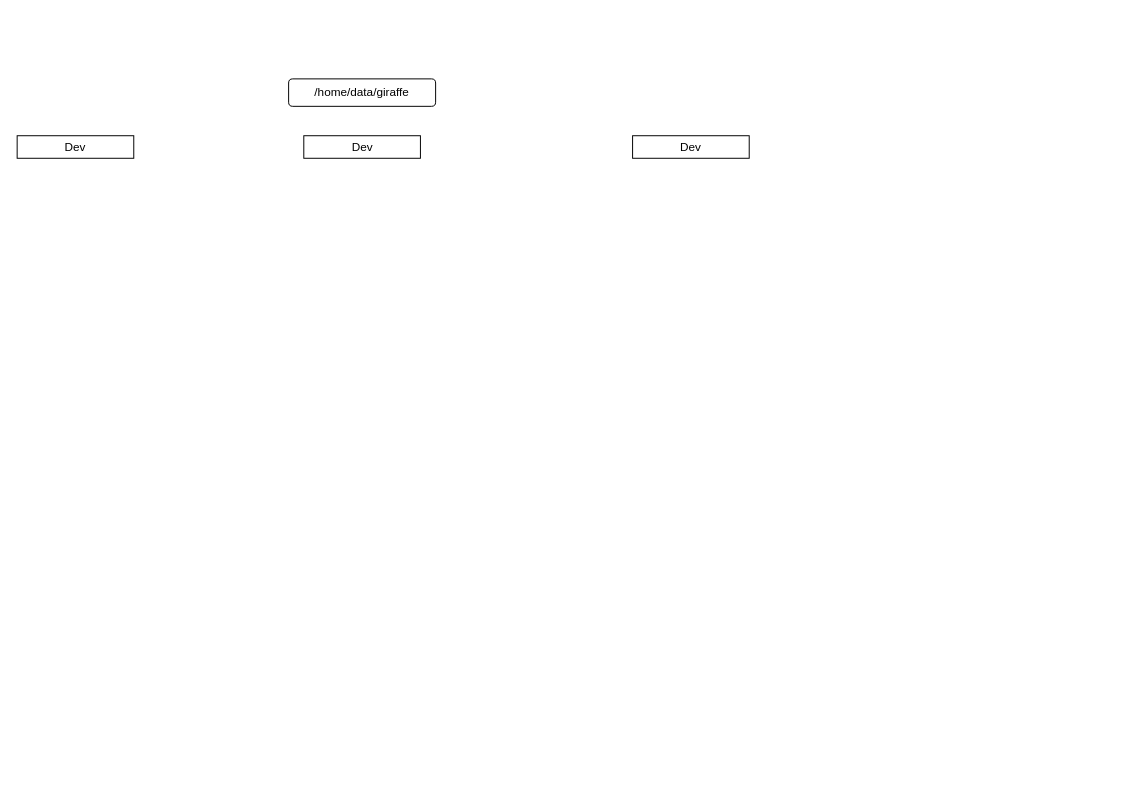
Above: cgArch.drawio in xiaodongYao/DrawIO (draw.io), before the change. Source tidied: cells renumbered, new cells numbered last; positions are measured from the earlier drawing's top-left corner, leaving out a move shared by most shapes. Both pictures are drawn from the tidied source at 98%, with x=0, y=0 at pixel (17, 78).
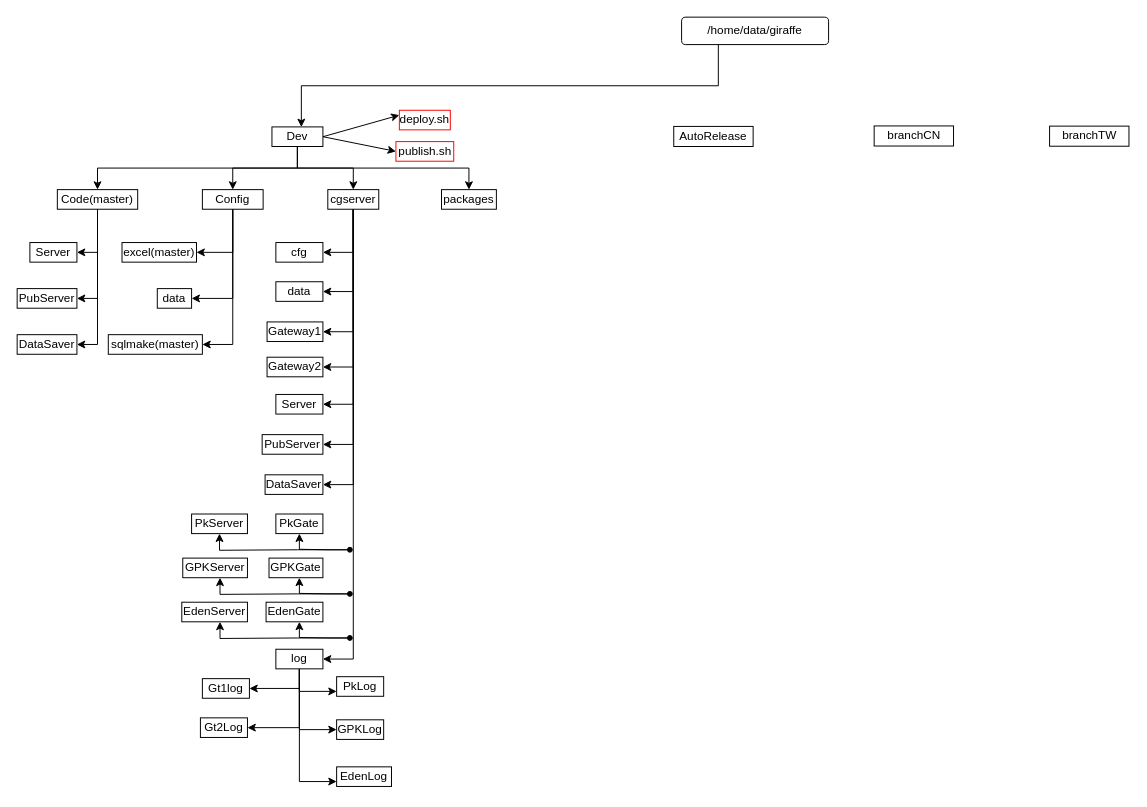
Above is the later version.

Diff of the diagram source:
```diff
@@
     <mxCell id="2" value="/home/data/giraffe" style="rounded=1;whiteSpace=wrap;html=1;" parent="1" vertex="1">
-      <mxGeometry x="277" width="150" height="28" as="geometry" />
+      <mxGeometry x="678" y="-63" width="150" height="28" as="geometry" />
     </mxCell>
-    <mxCell id="3" value="Dev" style="rounded=0;whiteSpace=wrap;html=1;" parent="1" vertex="1">
-      <mxGeometry x="292.5" y="58" width="119" height="23" as="geometry" />
-    </mxCell>
-    <mxCell id="4" value="Dev" style="rounded=0;whiteSpace=wrap;html=1;" parent="1" vertex="1">
-      <mxGeometry y="58" width="119" height="23" as="geometry" />
-    </mxCell>
+    <mxCell id="6" style="edgeStyle=orthogonalEdgeStyle;rounded=0;jettySize=auto;html=1;exitX=0.5;exitY=1;exitDx=0;exitDy=0;entryX=0.5;entryY=0;entryDx=0;entryDy=0;" parent="1" edge="1" source="5" target="16">
+      <mxGeometry relative="1" as="geometry" />
+    </mxCell>
+    <mxCell id="7" style="edgeStyle=orthogonalEdgeStyle;rounded=0;jettySize=auto;html=1;exitX=0.5;exitY=1;exitDx=0;exitDy=0;entryX=0.5;entryY=0;entryDx=0;entryDy=0;" parent="1" edge="1" source="5" target="33">
+      <mxGeometry relative="1" as="geometry" />
+    </mxCell>
+    <mxCell id="8" style="edgeStyle=orthogonalEdgeStyle;rounded=0;jettySize=auto;html=1;exitX=0.5;exitY=1;exitDx=0;exitDy=0;entryX=0.5;entryY=0;entryDx=0;entryDy=0;" parent="1" edge="1" source="5" target="25">
+      <mxGeometry relative="1" as="geometry" />
+    </mxCell>
+    <mxCell id="9" style="edgeStyle=orthogonalEdgeStyle;rounded=0;jettySize=auto;html=1;exitX=0.5;exitY=1;exitDx=0;exitDy=0;entryX=0.5;entryY=0;entryDx=0;entryDy=0;" parent="1" edge="1" source="5" target="49">
+      <mxGeometry relative="1" as="geometry" />
+    </mxCell>
+    <mxCell id="10" style="rounded=0;jettySize=auto;html=1;exitX=1;exitY=0.5;exitDx=0;exitDy=0;entryX=0;entryY=0.25;entryDx=0;entryDy=0;" parent="1" edge="1" source="5" target="29">
+      <mxGeometry relative="1" as="geometry" />
+    </mxCell>
+    <mxCell id="11" style="rounded=0;jettySize=auto;html=1;exitX=1;exitY=0.5;exitDx=0;exitDy=0;entryX=0;entryY=0.5;entryDx=0;entryDy=0;" parent="1" edge="1" source="5" target="50">
+      <mxGeometry relative="1" as="geometry" />
+    </mxCell>
     <mxCell id="5" value="Dev" style="rounded=0;whiteSpace=wrap;html=1;" parent="1" vertex="1">
-      <mxGeometry x="628" y="58" width="119" height="23" as="geometry" />
+      <mxGeometry x="260" y="49" width="52" height="20" as="geometry" />
     </mxCell>
+    <mxCell id="12" style="edgeStyle=orthogonalEdgeStyle;rounded=0;jettySize=auto;html=1;exitX=0.25;exitY=1;exitDx=0;exitDy=0;entryX=0.577;entryY=0.007;entryDx=0;entryDy=0;entryPerimeter=0;" parent="1" edge="1" source="2" target="5">
+      <mxGeometry relative="1" as="geometry" />
+    </mxCell>
+    <mxCell id="13" style="edgeStyle=orthogonalEdgeStyle;rounded=0;jettySize=auto;html=1;exitX=0.5;exitY=1;exitDx=0;exitDy=0;entryX=1;entryY=0.5;entryDx=0;entryDy=0;" parent="1" edge="1" source="16" target="37">
+      <mxGeometry relative="1" as="geometry" />
+    </mxCell>
+    <mxCell id="14" style="edgeStyle=orthogonalEdgeStyle;rounded=0;jettySize=auto;html=1;exitX=0.5;exitY=1;exitDx=0;exitDy=0;entryX=1;entryY=0.5;entryDx=0;entryDy=0;" parent="1" edge="1" source="16" target="38">
+      <mxGeometry relative="1" as="geometry" />
+    </mxCell>
+    <mxCell id="15" style="edgeStyle=orthogonalEdgeStyle;rounded=0;jettySize=auto;html=1;exitX=0.5;exitY=1;exitDx=0;exitDy=0;entryX=1;entryY=0.5;entryDx=0;entryDy=0;" parent="1" edge="1" source="16" target="39">
+      <mxGeometry relative="1" as="geometry" />
+    </mxCell>
+    <mxCell id="16" value="Code(master)" style="rounded=0;whiteSpace=wrap;html=1;" parent="1" vertex="1">
+      <mxGeometry x="41" y="113" width="82" height="20" as="geometry" />
+    </mxCell>
+    <mxCell id="17" style="edgeStyle=orthogonalEdgeStyle;rounded=0;jettySize=auto;html=1;exitX=0.5;exitY=1;exitDx=0;exitDy=0;entryX=1;entryY=0.5;entryDx=0;entryDy=0;" parent="1" edge="1" source="25" target="40">
+      <mxGeometry relative="1" as="geometry" />
+    </mxCell>
+    <mxCell id="18" style="edgeStyle=orthogonalEdgeStyle;rounded=0;jettySize=auto;html=1;exitX=0.5;exitY=1;exitDx=0;exitDy=0;entryX=1;entryY=0.5;entryDx=0;entryDy=0;" parent="1" edge="1" source="25" target="41">
+      <mxGeometry relative="1" as="geometry" />
+    </mxCell>
+    <mxCell id="19" style="edgeStyle=orthogonalEdgeStyle;rounded=0;jettySize=auto;html=1;exitX=0.5;exitY=1;exitDx=0;exitDy=0;entryX=1;entryY=0.5;entryDx=0;entryDy=0;" parent="1" edge="1" source="25" target="42">
+      <mxGeometry relative="1" as="geometry" />
+    </mxCell>
+    <mxCell id="20" style="edgeStyle=orthogonalEdgeStyle;rounded=0;jettySize=auto;html=1;exitX=0.5;exitY=1;exitDx=0;exitDy=0;entryX=1;entryY=0.5;entryDx=0;entryDy=0;" parent="1" edge="1" source="25" target="48">
+      <mxGeometry relative="1" as="geometry" />
+    </mxCell>
+    <mxCell id="21" style="edgeStyle=orthogonalEdgeStyle;rounded=0;jettySize=auto;html=1;exitX=0.5;exitY=1;exitDx=0;exitDy=0;entryX=1;entryY=0.5;entryDx=0;entryDy=0;" parent="1" edge="1" source="25" target="43">
+      <mxGeometry relative="1" as="geometry" />
+    </mxCell>
+    <mxCell id="22" style="edgeStyle=orthogonalEdgeStyle;rounded=0;jettySize=auto;html=1;exitX=0.5;exitY=1;exitDx=0;exitDy=0;entryX=1;entryY=0.5;entryDx=0;entryDy=0;" parent="1" edge="1" source="25" target="46">
+      <mxGeometry relative="1" as="geometry" />
+    </mxCell>
+    <mxCell id="23" style="edgeStyle=orthogonalEdgeStyle;rounded=0;jettySize=auto;html=1;exitX=0.5;exitY=1;exitDx=0;exitDy=0;entryX=1;entryY=0.5;entryDx=0;entryDy=0;" parent="1" edge="1" source="25" target="44">
+      <mxGeometry relative="1" as="geometry" />
+    </mxCell>
+    <mxCell id="24" style="edgeStyle=orthogonalEdgeStyle;rounded=0;jettySize=auto;html=1;exitX=0.5;exitY=1;exitDx=0;exitDy=0;entryX=1;entryY=0.5;entryDx=0;entryDy=0;" parent="1" edge="1" source="25" target="60">
+      <mxGeometry relative="1" as="geometry" />
+    </mxCell>
+    <mxCell id="25" value="cgserver" style="rounded=0;whiteSpace=wrap;html=1;" parent="1" vertex="1">
+      <mxGeometry x="317" y="113" width="52" height="20" as="geometry" />
+    </mxCell>
+    <mxCell id="26" value="AutoRelease" style="rounded=0;whiteSpace=wrap;html=1;" parent="1" vertex="1">
+      <mxGeometry x="670" y="48.5" width="81" height="20.5" as="geometry" />
+    </mxCell>
+    <mxCell id="27" value="branchCN" style="rounded=0;whiteSpace=wrap;html=1;" parent="1" vertex="1">
+      <mxGeometry x="874.5" y="48" width="81" height="20.5" as="geometry" />
+    </mxCell>
+    <mxCell id="28" value="branchTW" style="rounded=0;whiteSpace=wrap;html=1;" parent="1" vertex="1">
+      <mxGeometry x="1053.5" y="48.2" width="81" height="20.5" as="geometry" />
+    </mxCell>
+    <mxCell id="29" value="deploy.sh" style="rounded=0;whiteSpace=wrap;html=1;strokeColor=light-dark(#ff0000, #ededed);" parent="1" vertex="1">
+      <mxGeometry x="390" y="32" width="52" height="20" as="geometry" />
+    </mxCell>
+    <mxCell id="30" style="edgeStyle=orthogonalEdgeStyle;rounded=0;jettySize=auto;html=1;exitX=0.5;exitY=1;exitDx=0;exitDy=0;entryX=1;entryY=0.5;entryDx=0;entryDy=0;" parent="1" edge="1" source="33" target="34">
+      <mxGeometry relative="1" as="geometry" />
+    </mxCell>
+    <mxCell id="31" style="edgeStyle=orthogonalEdgeStyle;rounded=0;jettySize=auto;html=1;exitX=0.5;exitY=1;exitDx=0;exitDy=0;entryX=1;entryY=0.5;entryDx=0;entryDy=0;" parent="1" edge="1" source="33" target="35">
+      <mxGeometry relative="1" as="geometry" />
+    </mxCell>
+    <mxCell id="32" style="edgeStyle=orthogonalEdgeStyle;rounded=0;jettySize=auto;html=1;exitX=0.5;exitY=1;exitDx=0;exitDy=0;entryX=1;entryY=0.5;entryDx=0;entryDy=0;" parent="1" edge="1" source="33" target="36">
+      <mxGeometry relative="1" as="geometry" />
+    </mxCell>
+    <mxCell id="33" value="Config" style="rounded=0;whiteSpace=wrap;html=1;" parent="1" vertex="1">
+      <mxGeometry x="189" y="113" width="62" height="20" as="geometry" />
+    </mxCell>
+    <mxCell id="34" value="excel(master)" style="rounded=0;whiteSpace=wrap;html=1;" parent="1" vertex="1">
+      <mxGeometry x="107" y="167" width="76" height="20" as="geometry" />
+    </mxCell>
+    <mxCell id="35" value="data" style="rounded=0;whiteSpace=wrap;html=1;" parent="1" vertex="1">
+      <mxGeometry x="143" y="214" width="35" height="20" as="geometry" />
+    </mxCell>
+    <mxCell id="36" value="sqlmake(master)" style="rounded=0;whiteSpace=wrap;html=1;" parent="1" vertex="1">
+      <mxGeometry x="93" y="261" width="96" height="20" as="geometry" />
+    </mxCell>
+    <mxCell id="37" value="Server" style="rounded=0;whiteSpace=wrap;html=1;" parent="1" vertex="1">
+      <mxGeometry x="13" y="167" width="48" height="20" as="geometry" />
+    </mxCell>
+    <mxCell id="38" value="PubServer" style="rounded=0;whiteSpace=wrap;html=1;" parent="1" vertex="1">
+      <mxGeometry y="214" width="61" height="20" as="geometry" />
+    </mxCell>
+    <mxCell id="39" value="DataSaver" style="rounded=0;whiteSpace=wrap;html=1;" parent="1" vertex="1">
+      <mxGeometry y="261" width="61" height="20" as="geometry" />
+    </mxCell>
+    <mxCell id="40" value="cfg" style="rounded=0;whiteSpace=wrap;html=1;" parent="1" vertex="1">
+      <mxGeometry x="264" y="167" width="48" height="20" as="geometry" />
+    </mxCell>
+    <mxCell id="41" value="data" style="rounded=0;whiteSpace=wrap;html=1;" parent="1" vertex="1">
+      <mxGeometry x="264" y="207" width="48" height="20" as="geometry" />
+    </mxCell>
+    <mxCell id="42" value="Gateway1" style="rounded=0;whiteSpace=wrap;html=1;" parent="1" vertex="1">
+      <mxGeometry x="255" y="248" width="57" height="20" as="geometry" />
+    </mxCell>
+    <mxCell id="43" value="Server" style="rounded=0;whiteSpace=wrap;html=1;" parent="1" vertex="1">
+      <mxGeometry x="264" y="322" width="48" height="20" as="geometry" />
+    </mxCell>
+    <mxCell id="44" value="DataSaver" style="rounded=0;whiteSpace=wrap;html=1;" parent="1" vertex="1">
+      <mxGeometry x="253" y="404" width="59" height="20" as="geometry" />
+    </mxCell>
+    <mxCell id="45" value="PkGate" style="rounded=0;whiteSpace=wrap;html=1;" parent="1" vertex="1">
+      <mxGeometry x="264" y="444" width="48" height="20" as="geometry" />
+    </mxCell>
+    <mxCell id="46" value="PubServer" style="rounded=0;whiteSpace=wrap;html=1;" parent="1" vertex="1">
+      <mxGeometry x="250" y="363" width="62" height="20" as="geometry" />
+    </mxCell>
+    <mxCell id="47" value="PkServer" style="rounded=0;whiteSpace=wrap;html=1;" parent="1" vertex="1">
+      <mxGeometry x="178" y="444" width="57" height="20" as="geometry" />
+    </mxCell>
+    <mxCell id="48" value="Gateway2" style="rounded=0;whiteSpace=wrap;html=1;" parent="1" vertex="1">
+      <mxGeometry x="255" y="284" width="57" height="20" as="geometry" />
+    </mxCell>
+    <mxCell id="49" value="packages" style="rounded=0;whiteSpace=wrap;html=1;" parent="1" vertex="1">
+      <mxGeometry x="433" y="113" width="56" height="20" as="geometry" />
+    </mxCell>
+    <mxCell id="50" value="publish.sh" style="rounded=0;whiteSpace=wrap;html=1;strokeColor=light-dark(#ff0000, #ededed);" parent="1" vertex="1">
+      <mxGeometry x="386.5" y="64" width="59" height="20" as="geometry" />
+    </mxCell>
+    <mxCell id="51" value="GPKGate" style="rounded=0;whiteSpace=wrap;html=1;" parent="1" vertex="1">
+      <mxGeometry x="257" y="489" width="55" height="20" as="geometry" />
+    </mxCell>
+    <mxCell id="52" value="GPKServer" style="rounded=0;whiteSpace=wrap;html=1;" parent="1" vertex="1">
+      <mxGeometry x="169" y="489" width="66" height="20" as="geometry" />
+    </mxCell>
+    <mxCell id="53" value="EdenGate" style="rounded=0;whiteSpace=wrap;html=1;" parent="1" vertex="1">
+      <mxGeometry x="254" y="534" width="58" height="20" as="geometry" />
+    </mxCell>
+    <mxCell id="54" value="EdenServer" style="rounded=0;whiteSpace=wrap;html=1;" parent="1" vertex="1">
+      <mxGeometry x="168" y="534" width="67" height="20" as="geometry" />
+    </mxCell>
+    <mxCell id="55" style="edgeStyle=orthogonalEdgeStyle;rounded=0;jettySize=auto;html=1;exitX=0.5;exitY=1;exitDx=0;exitDy=0;entryX=1;entryY=0.5;entryDx=0;entryDy=0;" parent="1" edge="1" source="60" target="71">
+      <mxGeometry relative="1" as="geometry" />
+    </mxCell>
+    <mxCell id="56" style="edgeStyle=orthogonalEdgeStyle;rounded=0;jettySize=auto;html=1;exitX=0.5;exitY=1;exitDx=0;exitDy=0;entryX=1;entryY=0.5;entryDx=0;entryDy=0;" parent="1" edge="1" source="60" target="72">
+      <mxGeometry relative="1" as="geometry" />
+    </mxCell>
+    <mxCell id="57" style="edgeStyle=orthogonalEdgeStyle;rounded=0;jettySize=auto;html=1;exitX=0.5;exitY=1;exitDx=0;exitDy=0;entryX=0;entryY=0.75;entryDx=0;entryDy=0;" parent="1" edge="1" source="60" target="70">
+      <mxGeometry relative="1" as="geometry" />
+    </mxCell>
+    <mxCell id="58" style="edgeStyle=orthogonalEdgeStyle;rounded=0;jettySize=auto;html=1;exitX=0.5;exitY=1;exitDx=0;exitDy=0;entryX=0;entryY=0.5;entryDx=0;entryDy=0;" parent="1" edge="1" source="60" target="74">
+      <mxGeometry relative="1" as="geometry" />
+    </mxCell>
+    <mxCell id="59" style="edgeStyle=orthogonalEdgeStyle;rounded=0;jettySize=auto;html=1;exitX=0.5;exitY=1;exitDx=0;exitDy=0;entryX=0;entryY=0.75;entryDx=0;entryDy=0;" parent="1" edge="1" source="60" target="73">
+      <mxGeometry relative="1" as="geometry" />
+    </mxCell>
+    <mxCell id="60" value="log" style="rounded=0;whiteSpace=wrap;html=1;" parent="1" vertex="1">
+      <mxGeometry x="264" y="582" width="48" height="20" as="geometry" />
+    </mxCell>
+    <mxCell id="61" style="edgeStyle=orthogonalEdgeStyle;rounded=0;jettySize=auto;html=1;exitX=0;exitY=0.5;exitDx=0;exitDy=0;entryX=0.5;entryY=1;entryDx=0;entryDy=0;startSize=2;strokeWidth=1;" parent="1" edge="1" source="63" target="45">
+      <mxGeometry relative="1" as="geometry">
+        <Array as="points">
+          <mxPoint x="317" y="481" />
+          <mxPoint x="288" y="480" />
+        </Array>
+      </mxGeometry>
+    </mxCell>
+    <mxCell id="62" style="edgeStyle=orthogonalEdgeStyle;rounded=0;jettySize=auto;html=1;exitX=0;exitY=0.5;exitDx=0;exitDy=0;entryX=0.5;entryY=1;entryDx=0;entryDy=0;" parent="1" edge="1" source="63" target="47">
+      <mxGeometry relative="1" as="geometry">
+        <Array as="points">
+          <mxPoint x="286" y="481" />
+          <mxPoint x="207" y="481" />
+        </Array>
+      </mxGeometry>
+    </mxCell>
+    <mxCell id="63" style="ellipse;whiteSpace=wrap;html=1;fillStyle=hatch;fillColor=#000000;gradientColor=default;" parent="1" vertex="1">
+      <mxGeometry x="337" y="478" width="5" height="5" as="geometry" />
+    </mxCell>
+    <mxCell id="64" style="edgeStyle=orthogonalEdgeStyle;rounded=0;jettySize=auto;html=1;exitX=0;exitY=0.5;exitDx=0;exitDy=0;entryX=0.5;entryY=1;entryDx=0;entryDy=0;startSize=2;strokeWidth=1;" parent="1" edge="1" source="66">
+      <mxGeometry relative="1" as="geometry">
+        <mxPoint x="288" y="509" as="targetPoint" />
+        <Array as="points">
+          <mxPoint x="317" y="526" />
+          <mxPoint x="288" y="525" />
+        </Array>
+      </mxGeometry>
+    </mxCell>
+    <mxCell id="65" style="edgeStyle=orthogonalEdgeStyle;rounded=0;jettySize=auto;html=1;exitX=0;exitY=0.5;exitDx=0;exitDy=0;entryX=0.5;entryY=1;entryDx=0;entryDy=0;" parent="1" edge="1" source="66">
+      <mxGeometry relative="1" as="geometry">
+        <mxPoint x="207" y="509" as="targetPoint" />
+        <Array as="points">
+          <mxPoint x="286" y="526" />
+          <mxPoint x="207" y="526" />
+        </Array>
+      </mxGeometry>
+    </mxCell>
+    <mxCell id="66" style="ellipse;whiteSpace=wrap;html=1;fillStyle=hatch;fillColor=#000000;gradientColor=default;" parent="1" vertex="1">
+      <mxGeometry x="337" y="523" width="5" height="5" as="geometry" />
+    </mxCell>
+    <mxCell id="67" style="edgeStyle=orthogonalEdgeStyle;rounded=0;jettySize=auto;html=1;exitX=0;exitY=0.5;exitDx=0;exitDy=0;entryX=0.5;entryY=1;entryDx=0;entryDy=0;startSize=2;strokeWidth=1;" parent="1" edge="1" source="69">
+      <mxGeometry relative="1" as="geometry">
+        <mxPoint x="288" y="554" as="targetPoint" />
+        <Array as="points">
+          <mxPoint x="317" y="571" />
+          <mxPoint x="288" y="570" />
+        </Array>
+      </mxGeometry>
+    </mxCell>
+    <mxCell id="68" style="edgeStyle=orthogonalEdgeStyle;rounded=0;jettySize=auto;html=1;exitX=0;exitY=0.5;exitDx=0;exitDy=0;entryX=0.5;entryY=1;entryDx=0;entryDy=0;" parent="1" edge="1" source="69">
+      <mxGeometry relative="1" as="geometry">
+        <mxPoint x="207" y="554" as="targetPoint" />
+        <Array as="points">
+          <mxPoint x="286" y="571" />
+          <mxPoint x="207" y="571" />
+        </Array>
+      </mxGeometry>
+    </mxCell>
+    <mxCell id="69" style="ellipse;whiteSpace=wrap;html=1;fillStyle=hatch;fillColor=#000000;gradientColor=default;" parent="1" vertex="1">
+      <mxGeometry x="337" y="568" width="5" height="5" as="geometry" />
+    </mxCell>
+    <mxCell id="70" value="PkLog" style="rounded=0;whiteSpace=wrap;html=1;" parent="1" vertex="1">
+      <mxGeometry x="326" y="610" width="48" height="20" as="geometry" />
+    </mxCell>
+    <mxCell id="71" value="Gt1log" style="rounded=0;whiteSpace=wrap;html=1;" parent="1" vertex="1">
+      <mxGeometry x="189" y="612" width="48" height="20" as="geometry" />
+    </mxCell>
+    <mxCell id="72" value="Gt2Log" style="rounded=0;whiteSpace=wrap;html=1;" parent="1" vertex="1">
+      <mxGeometry x="187" y="652" width="48" height="20" as="geometry" />
+    </mxCell>
+    <mxCell id="73" value="EdenLog" style="rounded=0;whiteSpace=wrap;html=1;" parent="1" vertex="1">
+      <mxGeometry x="326" y="702" width="56" height="20" as="geometry" />
+    </mxCell>
+    <mxCell id="74" value="GPKLog" style="rounded=0;whiteSpace=wrap;html=1;" parent="1" vertex="1">
+      <mxGeometry x="326" y="654" width="48" height="20" as="geometry" />
+    </mxCell>
```
